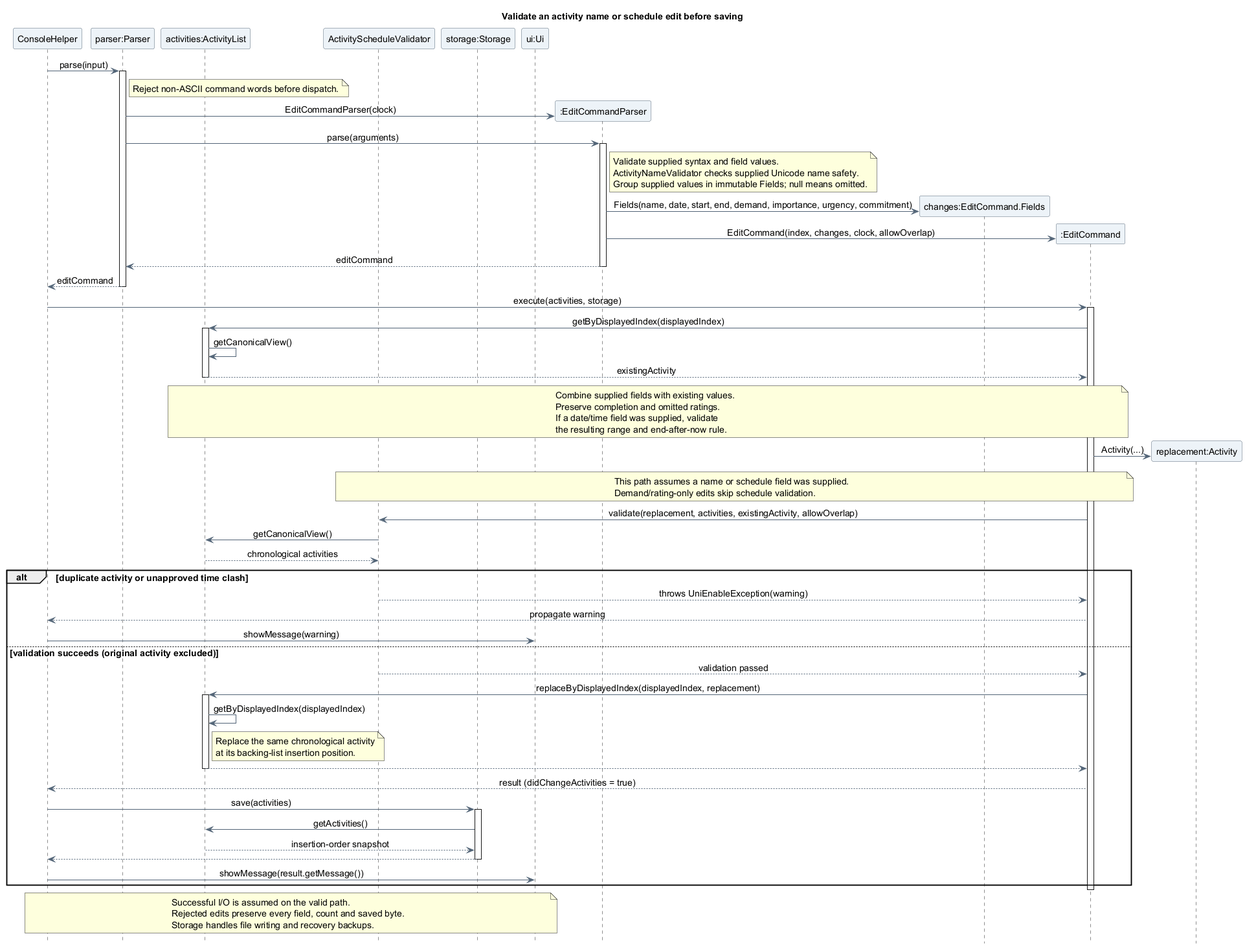
Before: docs/images/oliver/sequence/EditActivitySequence.png, a diagram exported from PlantUML (AY2627S1-CS2113-T10-4/tp).
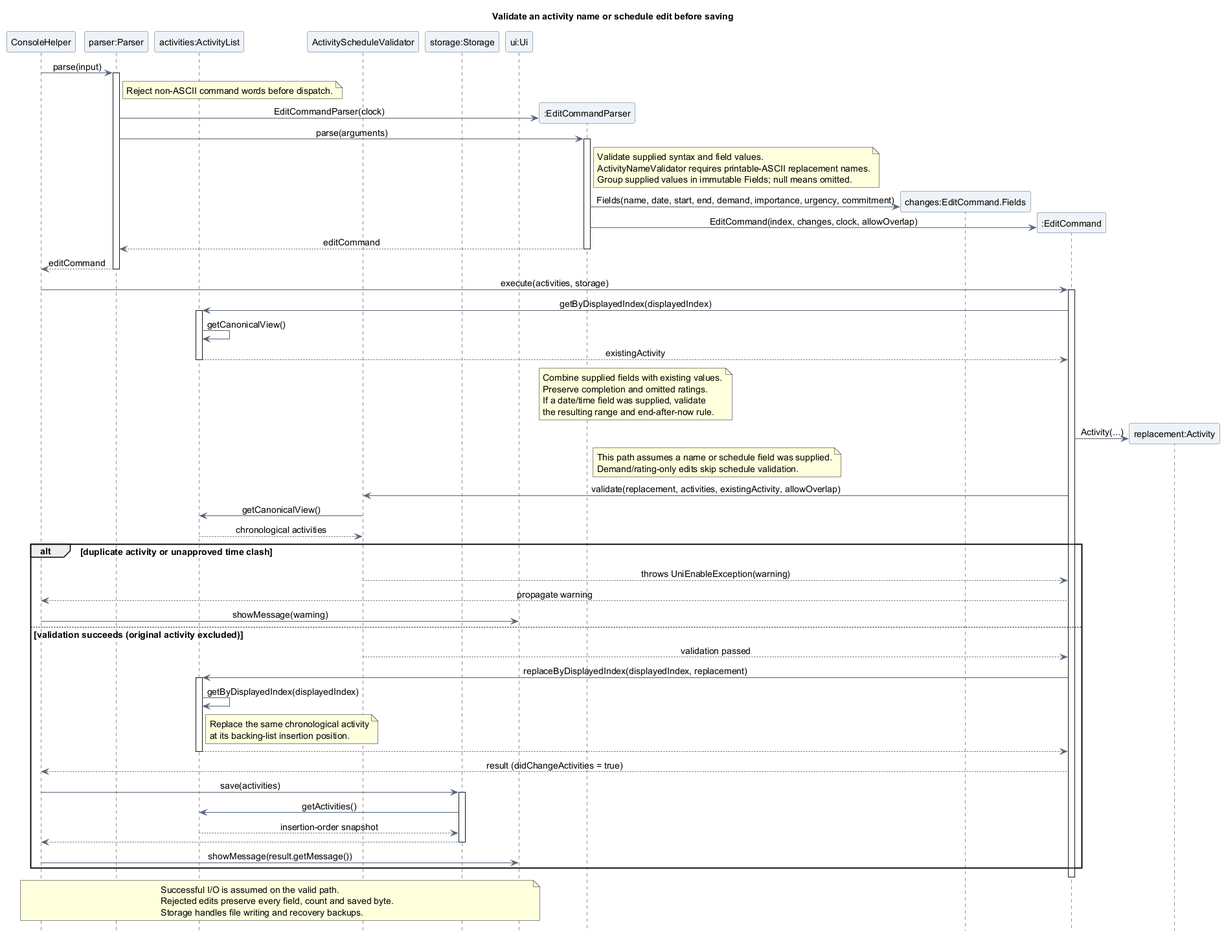
Later version of the same file.

Change to the diagram source:
```diff
@@ -28,7 +28,7 @@
 activate EditParser
 note right of EditParser
   Validate supplied syntax and field values.
-  ActivityNameValidator checks supplied Unicode name safety.
+  ActivityNameValidator requires printable-ASCII replacement names.
   Group supplied values in immutable Fields; null means omitted.
 end note
 create participant "changes:EditCommand.Fields" as Changes
```
